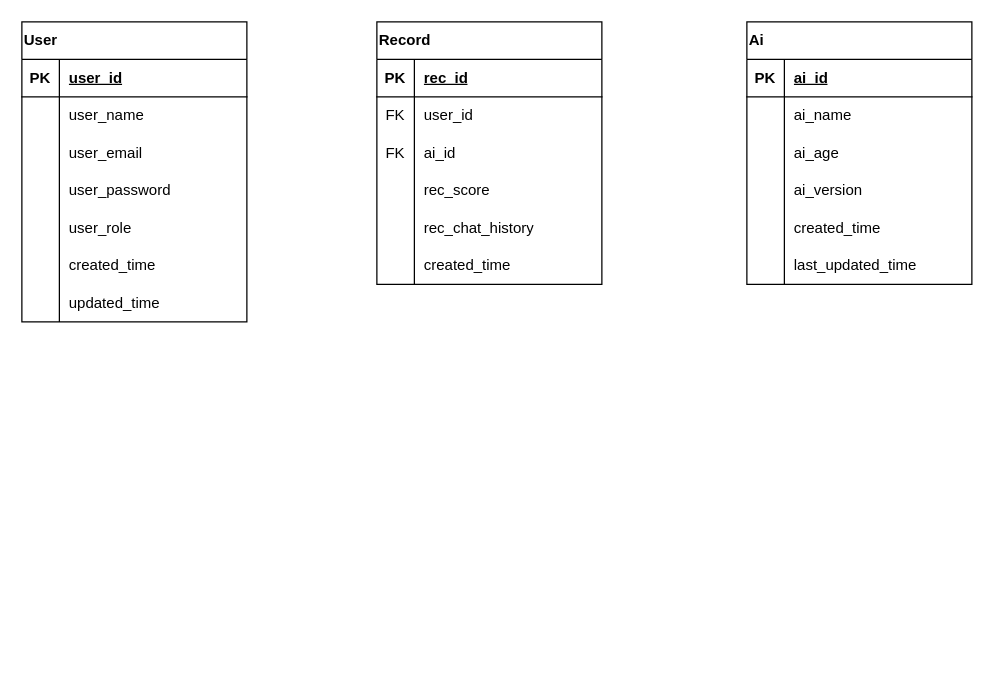
Earlier version of the draw.io diagram diagrams/db_structure.drawio (University-Bangkok-JW/cs497-project). Source tidied: cells renumbered, new cells numbered last; positions are measured from the earlier drawing's top-left corner, leaving out a move shared by most shapes. Both pictures are drawn from the tidied source at 125%, with x=0, y=0 at pixel (21, 21).
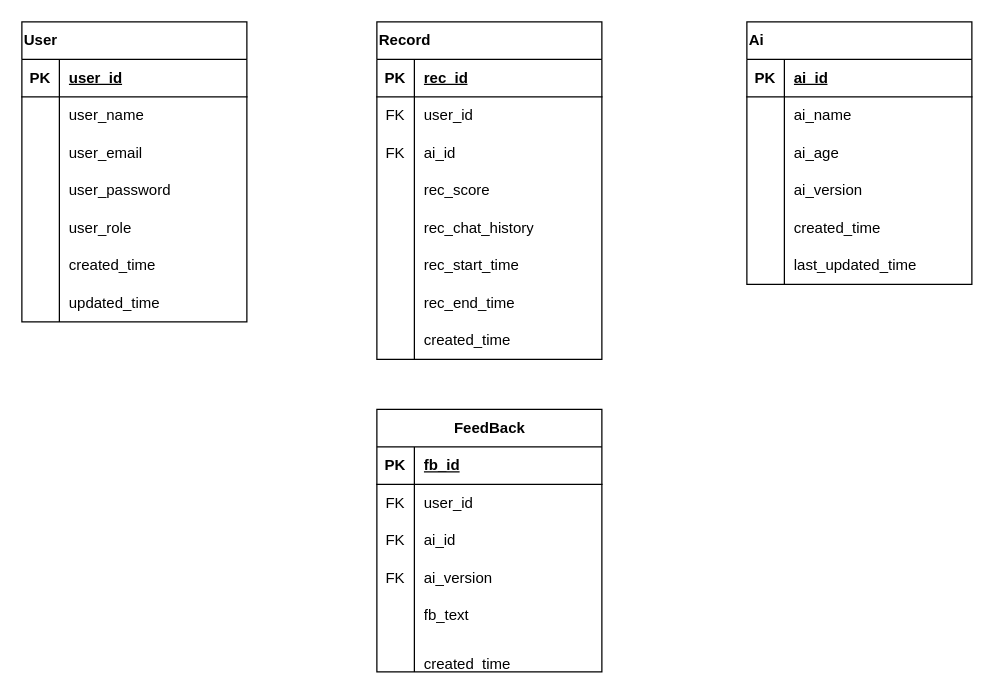
The same page after the edit.

Commit message:
Record add start/end time, Create FeedBack table

The edit, as a diff of the source:
```diff
@@
     <mxCell id="24" value="Record" style="shape=table;startSize=30;childLayout=tableLayout;rowLines=0;fontStyle=1;align=left;html=1;" parent="1" vertex="1">
-      <mxGeometry x="284" width="180" height="210" as="geometry" />
+      <mxGeometry x="284" width="180" height="270" as="geometry" />
     </mxCell>
@@
+    <mxCell id="62" style="shape=tableRow;horizontal=0;startSize=0;swimlaneHead=0;swimlaneBody=0;fillColor=none;top=0;left=0;right=0;bottom=0;" parent="24" vertex="1">
+      <mxGeometry y="180" width="180" height="30" as="geometry" />
+    </mxCell>
+    <mxCell id="63" style="shape=partialRectangle;fillColor=none;top=0;left=0;bottom=0;right=0;overflow=hidden;whiteSpace=wrap;html=1;" parent="62" vertex="1">
+      <mxGeometry width="30" height="30" as="geometry" />
+    </mxCell>
+    <mxCell id="64" value="rec_start_time" style="shape=partialRectangle;fillColor=none;top=0;left=0;bottom=0;right=0;align=left;spacingLeft=6;overflow=hidden;whiteSpace=wrap;html=1;" parent="62" vertex="1">
+      <mxGeometry x="30" width="150" height="30" as="geometry" />
+    </mxCell>
+    <mxCell id="65" style="shape=tableRow;horizontal=0;startSize=0;swimlaneHead=0;swimlaneBody=0;fillColor=none;top=0;left=0;right=0;bottom=0;" parent="24" vertex="1">
+      <mxGeometry y="210" width="180" height="30" as="geometry" />
+    </mxCell>
+    <mxCell id="66" style="shape=partialRectangle;fillColor=none;top=0;left=0;bottom=0;right=0;overflow=hidden;whiteSpace=wrap;html=1;" parent="65" vertex="1">
+      <mxGeometry width="30" height="30" as="geometry" />
+    </mxCell>
+    <mxCell id="67" value="rec_end_time" style="shape=partialRectangle;fillColor=none;top=0;left=0;bottom=0;right=0;align=left;spacingLeft=6;overflow=hidden;whiteSpace=wrap;html=1;" parent="65" vertex="1">
+      <mxGeometry x="30" width="150" height="30" as="geometry" />
+    </mxCell>
     <mxCell id="40" style="shape=tableRow;horizontal=0;startSize=0;swimlaneHead=0;swimlaneBody=0;fillColor=none;top=0;left=0;right=0;bottom=0;" parent="24" vertex="1">
-      <mxGeometry y="180" width="180" height="30" as="geometry" />
+      <mxGeometry y="240" width="180" height="30" as="geometry" />
     </mxCell>
@@
+    <mxCell id="68" value="FeedBack" style="shape=table;startSize=30;childLayout=tableLayout;rowLines=0;fontStyle=1;align=center;html=1;" parent="1" vertex="1">
+      <mxGeometry x="284" y="310" width="180" height="210" as="geometry" />
+    </mxCell>
+    <mxCell id="69" style="shape=tableRow;horizontal=0;startSize=0;swimlaneHead=0;swimlaneBody=0;fillColor=none;top=0;left=0;right=0;bottom=1;" parent="68" vertex="1">
+      <mxGeometry y="30" width="180" height="30" as="geometry" />
+    </mxCell>
+    <mxCell id="70" value="PK" style="shape=partialRectangle;fillColor=none;top=0;left=0;bottom=0;right=0;fontStyle=1;overflow=hidden;whiteSpace=wrap;html=1;" parent="69" vertex="1">
+      <mxGeometry width="30" height="30" as="geometry" />
+    </mxCell>
+    <mxCell id="71" value="fb_id" style="shape=partialRectangle;fillColor=none;top=0;left=0;bottom=0;right=0;align=left;spacingLeft=6;fontStyle=5;overflow=hidden;whiteSpace=wrap;html=1;" parent="69" vertex="1">
+      <mxGeometry x="30" width="150" height="30" as="geometry" />
+    </mxCell>
+    <mxCell id="72" style="shape=tableRow;horizontal=0;startSize=0;swimlaneHead=0;swimlaneBody=0;fillColor=none;top=0;left=0;right=0;bottom=0;" parent="68" vertex="1">
+      <mxGeometry y="60" width="180" height="30" as="geometry" />
+    </mxCell>
+    <mxCell id="73" value="FK" style="shape=partialRectangle;fillColor=none;top=0;left=0;bottom=0;right=0;overflow=hidden;whiteSpace=wrap;html=1;" parent="72" vertex="1">
+      <mxGeometry width="30" height="30" as="geometry" />
+    </mxCell>
+    <mxCell id="74" value="user_id" style="shape=partialRectangle;fillColor=none;top=0;left=0;bottom=0;right=0;align=left;spacingLeft=6;overflow=hidden;whiteSpace=wrap;html=1;" parent="72" vertex="1">
+      <mxGeometry x="30" width="150" height="30" as="geometry" />
+    </mxCell>
+    <mxCell id="75" style="shape=tableRow;horizontal=0;startSize=0;swimlaneHead=0;swimlaneBody=0;fillColor=none;top=0;left=0;right=0;bottom=0;" parent="68" vertex="1">
+      <mxGeometry y="90" width="180" height="30" as="geometry" />
+    </mxCell>
+    <mxCell id="76" value="FK" style="shape=partialRectangle;fillColor=none;top=0;left=0;bottom=0;right=0;overflow=hidden;whiteSpace=wrap;html=1;" parent="75" vertex="1">
+      <mxGeometry width="30" height="30" as="geometry" />
+    </mxCell>
+    <mxCell id="77" value="ai_id" style="shape=partialRectangle;fillColor=none;top=0;left=0;bottom=0;right=0;align=left;spacingLeft=6;overflow=hidden;whiteSpace=wrap;html=1;" parent="75" vertex="1">
+      <mxGeometry x="30" width="150" height="30" as="geometry" />
+    </mxCell>
+    <mxCell id="78" style="shape=tableRow;horizontal=0;startSize=0;swimlaneHead=0;swimlaneBody=0;fillColor=none;top=0;left=0;right=0;bottom=0;" parent="68" vertex="1">
+      <mxGeometry y="120" width="180" height="30" as="geometry" />
+    </mxCell>
+    <mxCell id="79" value="FK" style="shape=partialRectangle;fillColor=none;top=0;left=0;bottom=0;right=0;overflow=hidden;whiteSpace=wrap;html=1;" parent="78" vertex="1">
+      <mxGeometry width="30" height="30" as="geometry" />
+    </mxCell>
+    <mxCell id="80" value="ai_version" style="shape=partialRectangle;fillColor=none;top=0;left=0;bottom=0;right=0;align=left;spacingLeft=6;overflow=hidden;whiteSpace=wrap;html=1;" parent="78" vertex="1">
+      <mxGeometry x="30" width="150" height="30" as="geometry" />
+    </mxCell>
+    <mxCell id="81" style="shape=tableRow;horizontal=0;startSize=0;swimlaneHead=0;swimlaneBody=0;fillColor=none;top=0;left=0;right=0;bottom=0;" parent="68" vertex="1">
+      <mxGeometry y="150" width="180" height="30" as="geometry" />
+    </mxCell>
+    <mxCell id="82" style="shape=partialRectangle;fillColor=none;top=0;left=0;bottom=0;right=0;overflow=hidden;whiteSpace=wrap;html=1;" parent="81" vertex="1">
+      <mxGeometry width="30" height="30" as="geometry" />
+    </mxCell>
+    <mxCell id="83" value="fb_text" style="shape=partialRectangle;fillColor=none;top=0;left=0;bottom=0;right=0;align=left;spacingLeft=6;overflow=hidden;whiteSpace=wrap;html=1;" parent="81" vertex="1">
+      <mxGeometry x="30" width="150" height="30" as="geometry" />
+    </mxCell>
+    <mxCell id="84" style="shape=tableRow;horizontal=0;startSize=0;swimlaneHead=0;swimlaneBody=0;fillColor=none;top=0;left=0;right=0;bottom=0;" parent="68" vertex="1">
+      <mxGeometry y="180" width="180" height="30" as="geometry" />
+    </mxCell>
+    <mxCell id="85" style="shape=partialRectangle;fillColor=none;top=0;left=0;bottom=0;right=0;overflow=hidden;whiteSpace=wrap;html=1;" parent="84" vertex="1">
+      <mxGeometry width="30" height="30" as="geometry" />
+    </mxCell>
+    <mxCell id="86" value="&lt;div&gt;&lt;br&gt;&lt;/div&gt;created_time" style="shape=partialRectangle;fillColor=none;top=0;left=0;bottom=0;right=0;align=left;spacingLeft=6;overflow=hidden;whiteSpace=wrap;html=1;" parent="84" vertex="1">
+      <mxGeometry x="30" width="150" height="30" as="geometry" />
+    </mxCell>
```
